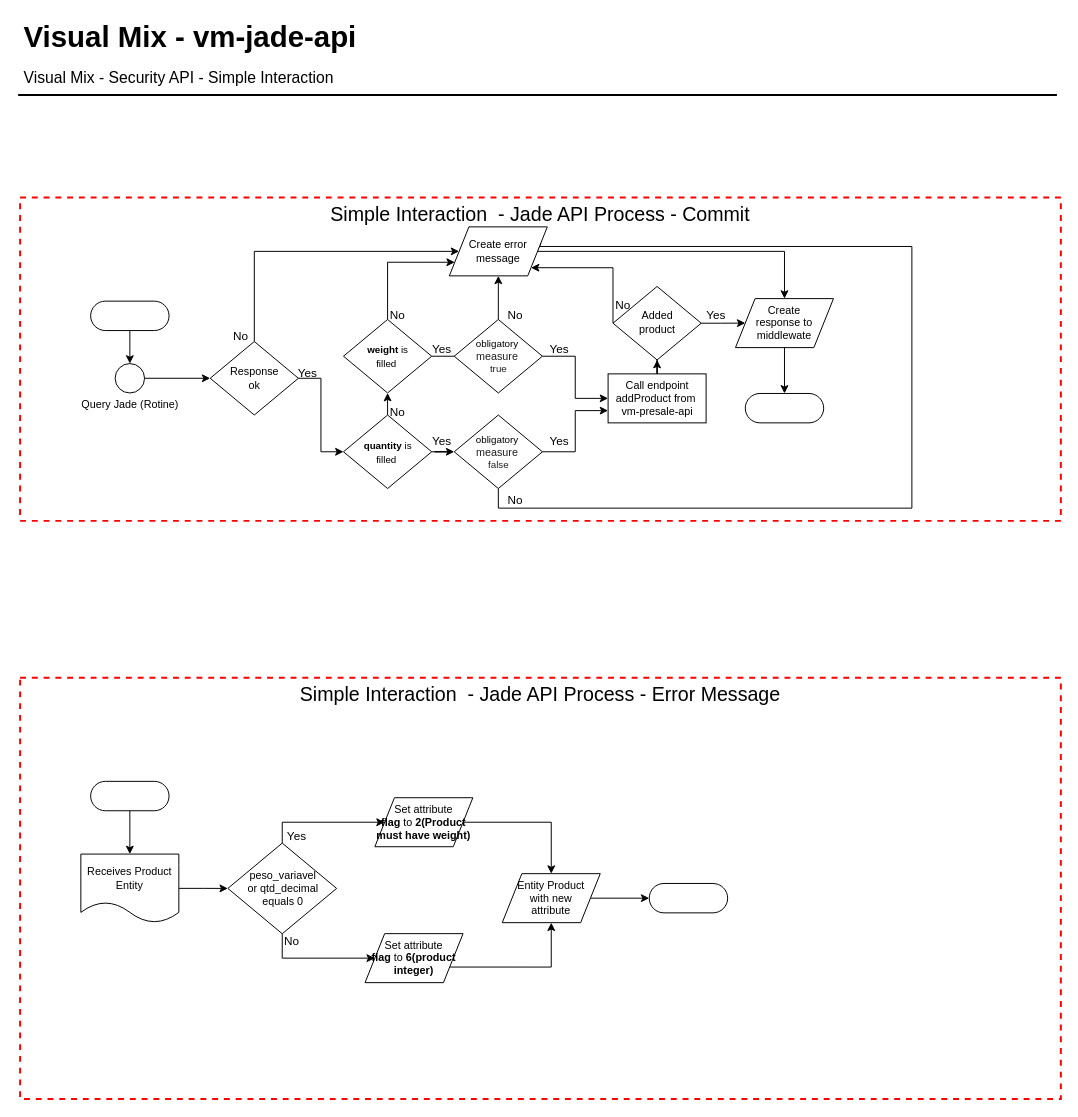
This is page "Simple Commit Interaction" (3 of 3) of vm-jade-api.drawio from Wiu0/diagram, a draw.io file, before an edit. Source tidied: cells renumbered, new cells numbered last; positions are measured from the earlier drawing's top-left corner, leaving out a move shared by most shapes. Both pictures are drawn from the tidied source at 98%, with x=0, y=0 at pixel (18, 17).
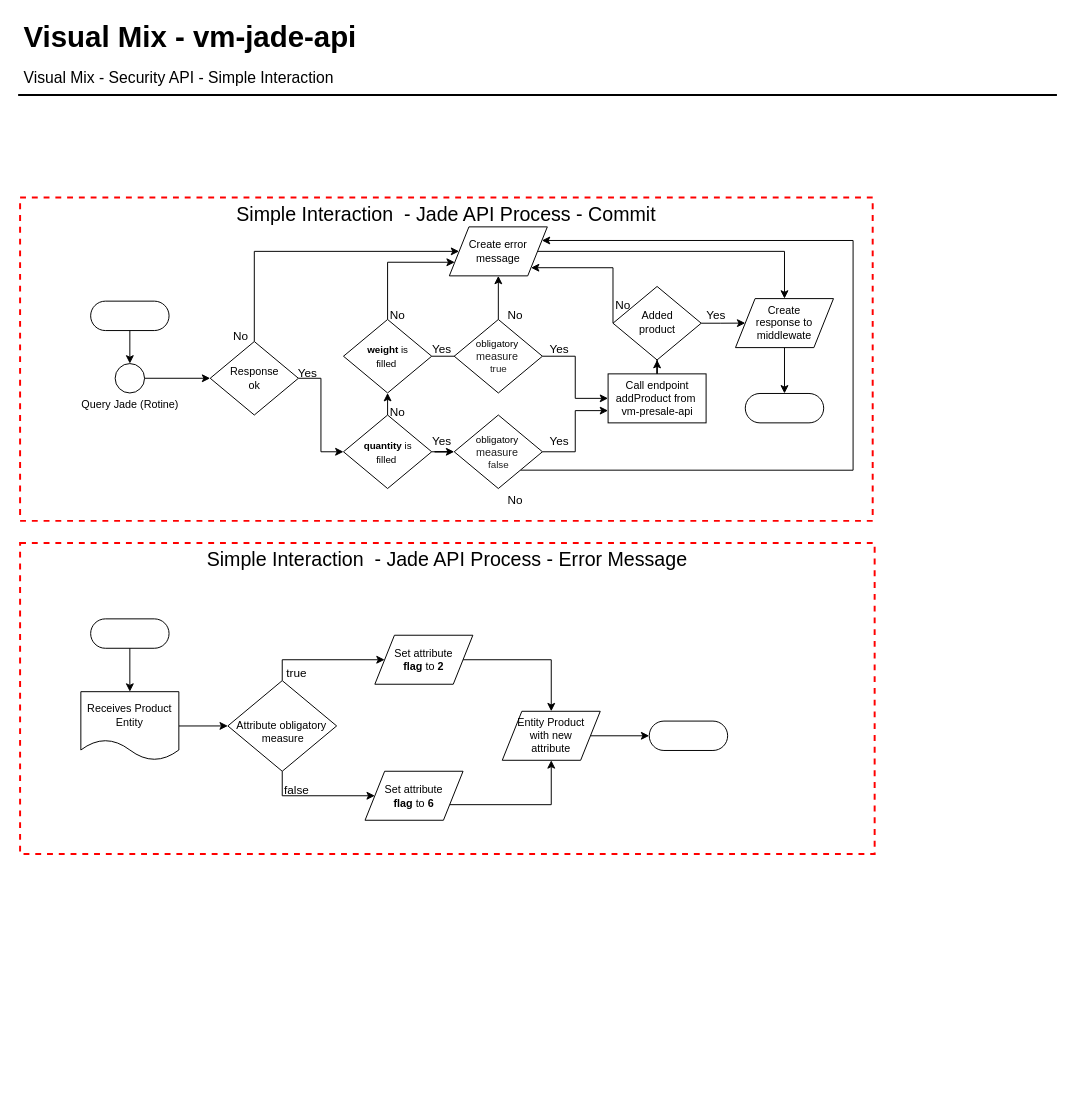
The same diagram, later.

The change refers to these unchanged cells:
```xml
<mxCell id="28" value="&lt;font style=&quot;font-size: 10px&quot;&gt;obligatory&amp;nbsp;&lt;br&gt;&lt;span style=&quot;color: rgba(0 , 0 , 0 , 0.87) ; font-family: &amp;#34;arial&amp;#34; , sans-serif ; font-size: 11px ; text-align: left ; background-color: rgb(255 , 255 , 255)&quot;&gt;measure&lt;/span&gt;&amp;nbsp;&lt;br&gt;&lt;/font&gt;&lt;span style=&quot;color: rgba(0 , 0 , 0 , 0.87) ; font-family: &amp;#34;arial&amp;#34; , sans-serif ; text-align: left ; background-color: rgb(255 , 255 , 255) ; font-size: 10px&quot;&gt;false&lt;br&gt;&lt;/span&gt;" style="shape=rhombus;html=1;dashed=0;whitespace=wrap;perimeter=rhombusPerimeter;fontSize=11;horizontal=1;verticalAlign=middle;spacing=0;" parent="6" vertex="1">
  <mxGeometry x="443" y="222" width="90" height="75" as="geometry" />
</mxCell>
<mxCell id="32" value="Create error message" style="shape=parallelogram;perimeter=parallelogramPerimeter;whiteSpace=wrap;html=1;dashed=0;fontSize=11;align=center;" parent="6" vertex="1">
  <mxGeometry x="438" y="30" width="100" height="50" as="geometry" />
</mxCell>
```

What changed in the source:
```diff
@@
     <mxCell id="6" value="Simple Interaction &amp;nbsp;- Jade API Process - Commit" style="fontStyle=0;verticalAlign=top;align=center;spacingTop=-2;fillColor=none;rounded=0;whiteSpace=wrap;html=1;strokeColor=#FF0000;strokeWidth=2;dashed=1;fontSize=20;" parent="1" vertex="1">
-      <mxGeometry x="2" y="184" width="1062" height="330" as="geometry" />
+      <mxGeometry x="2" y="184" width="870" height="330" as="geometry" />
     </mxCell>
@@
-    <mxCell id="27" style="edgeStyle=orthogonalEdgeStyle;rounded=0;jettySize=auto;html=1;exitX=0.5;exitY=1;exitDx=0;exitDy=0;fontSize=11;entryX=1;entryY=0.5;entryDx=0;entryDy=0;" parent="6" edge="1" source="28" target="32">
+    <mxCell id="27" style="edgeStyle=orthogonalEdgeStyle;rounded=0;jettySize=auto;html=1;exitX=1;exitY=1;exitDx=0;exitDy=0;entryX=1;entryY=0.25;entryDx=0;entryDy=0;fontSize=11;" parent="6" edge="1" source="28" target="32">
       <mxGeometry relative="1" as="geometry">
         <Array as="points">
-          <mxPoint x="488" y="317" />
-          <mxPoint x="910" y="317" />
-          <mxPoint x="910" y="50" />
-          <mxPoint x="528" y="50" />
+          <mxPoint x="850" y="278" />
+          <mxPoint x="850" y="44" />
         </Array>
       </mxGeometry>
     </mxCell>
@@
     <mxCell id="48" value="Simple Interaction &amp;nbsp;- Jade API Process - Error Message" style="fontStyle=0;verticalAlign=top;align=center;spacingTop=-2;fillColor=none;rounded=0;whiteSpace=wrap;html=1;strokeColor=#FF0000;strokeWidth=2;dashed=1;fontSize=20;" parent="1" vertex="1">
-      <mxGeometry x="2" y="674" width="1062" height="430" as="geometry" />
+      <mxGeometry x="2" y="536.5" width="872" height="317.5" as="geometry" />
     </mxCell>
     <mxCell id="49" style="html=1;dashed=0;whitespace=wrap;shape=mxgraph.dfd.start;" parent="48" vertex="1">
-      <mxGeometry x="72" y="105.8" width="80" height="30" as="geometry" />
+      <mxGeometry x="72" y="77.5" width="80" height="30" as="geometry" />
     </mxCell>
@@
     <mxCell id="51" style="html=1;dashed=0;whitespace=wrap;shape=mxgraph.dfd.start;" parent="48" vertex="1">
-      <mxGeometry x="642" y="210" width="80" height="30" as="geometry" />
+      <mxGeometry x="642" y="181.8" width="80" height="30" as="geometry" />
     </mxCell>
@@
-    <mxCell id="54" value="peso_variavel&lt;br&gt;&amp;nbsp;or&amp;nbsp;qtd_decimal&amp;nbsp;&lt;br&gt;equals 0" style="shape=rhombus;html=1;dashed=0;whitespace=wrap;perimeter=rhombusPerimeter;fontSize=11;horizontal=1;verticalAlign=middle;spacing=0;" parent="48" vertex="1">
-      <mxGeometry x="212" y="168.8" width="111" height="92.5" as="geometry" />
+    <mxCell id="54" value="&lt;br&gt;Attribute obligatory&amp;nbsp;&lt;br&gt;measure" style="shape=rhombus;html=1;dashed=0;whitespace=wrap;perimeter=rhombusPerimeter;fontSize=11;horizontal=1;verticalAlign=middle;spacing=0;" parent="48" vertex="1">
+      <mxGeometry x="212" y="140.5" width="111" height="92.5" as="geometry" />
     </mxCell>
-    <mxCell id="55" value="&lt;font style=&quot;font-size: 12px&quot;&gt;Yes&lt;/font&gt;" style="text;html=1;align=center;verticalAlign=middle;fontSize=20;" parent="48" vertex="1">
-      <mxGeometry x="262" y="142.5" width="40" height="30" as="geometry" />
+    <mxCell id="55" value="&lt;font style=&quot;font-size: 12px&quot;&gt;true&lt;/font&gt;" style="text;html=1;align=center;verticalAlign=middle;fontSize=20;" parent="48" vertex="1">
+      <mxGeometry x="262" y="114.2" width="40" height="30" as="geometry" />
     </mxCell>
-    <mxCell id="56" value="&lt;font style=&quot;font-size: 12px&quot;&gt;No&lt;/font&gt;" style="text;html=1;align=center;verticalAlign=middle;fontSize=20;" parent="48" vertex="1">
-      <mxGeometry x="262" y="250" width="30" height="30" as="geometry" />
+    <mxCell id="56" value="&lt;font style=&quot;font-size: 12px&quot;&gt;false&lt;/font&gt;" style="text;html=1;align=center;verticalAlign=middle;fontSize=20;" parent="48" vertex="1">
+      <mxGeometry x="262" y="233" width="40" height="30" as="geometry" />
     </mxCell>
@@
     <mxCell id="58" value="Receives Product Entity" style="shape=document;whiteSpace=wrap;html=1;boundedLbl=1;dashed=0;flipH=1;fontSize=11;align=center;" parent="48" vertex="1">
-      <mxGeometry x="62" y="180" width="100" height="70" as="geometry" />
+      <mxGeometry x="62" y="151.8" width="100" height="70" as="geometry" />
     </mxCell>
@@
-    <mxCell id="60" value="Set attribute &lt;br&gt;&lt;b&gt;flag &lt;/b&gt;to&lt;b&gt; 2(Product must have weight)&lt;/b&gt;" style="shape=parallelogram;perimeter=parallelogramPerimeter;whiteSpace=wrap;html=1;dashed=0;fontSize=11;align=center;" parent="48" vertex="1">
-      <mxGeometry x="362" y="122.5" width="100" height="50" as="geometry" />
+    <mxCell id="60" value="Set attribute &lt;br&gt;&lt;b&gt;flag &lt;/b&gt;to&lt;b&gt; 2&lt;/b&gt;" style="shape=parallelogram;perimeter=parallelogramPerimeter;whiteSpace=wrap;html=1;dashed=0;fontSize=11;align=center;" parent="48" vertex="1">
+      <mxGeometry x="362" y="94.2" width="100" height="50" as="geometry" />
     </mxCell>
@@
-    <mxCell id="62" value="Set attribute &lt;br&gt;&lt;b&gt;flag &lt;/b&gt;to&lt;b&gt;&amp;nbsp;6(product integer)&lt;/b&gt;" style="shape=parallelogram;perimeter=parallelogramPerimeter;whiteSpace=wrap;html=1;dashed=0;fontSize=11;align=center;" parent="48" vertex="1">
-      <mxGeometry x="352" y="261.2" width="100" height="50" as="geometry" />
+    <mxCell id="62" value="Set attribute &lt;br&gt;&lt;b&gt;flag &lt;/b&gt;to&lt;b&gt;&amp;nbsp;6&lt;/b&gt;" style="shape=parallelogram;perimeter=parallelogramPerimeter;whiteSpace=wrap;html=1;dashed=0;fontSize=11;align=center;" parent="48" vertex="1">
+      <mxGeometry x="352" y="233" width="100" height="50" as="geometry" />
     </mxCell>
@@
     <mxCell id="64" value="Entity Product&lt;br&gt;with new&lt;br&gt;&amp;nbsp;attribute&amp;nbsp;" style="shape=parallelogram;perimeter=parallelogramPerimeter;whiteSpace=wrap;html=1;dashed=0;fontSize=11;align=center;" parent="48" vertex="1">
-      <mxGeometry x="492" y="200" width="100" height="50" as="geometry" />
+      <mxGeometry x="492" y="171.8" width="100" height="50" as="geometry" />
     </mxCell>
```
